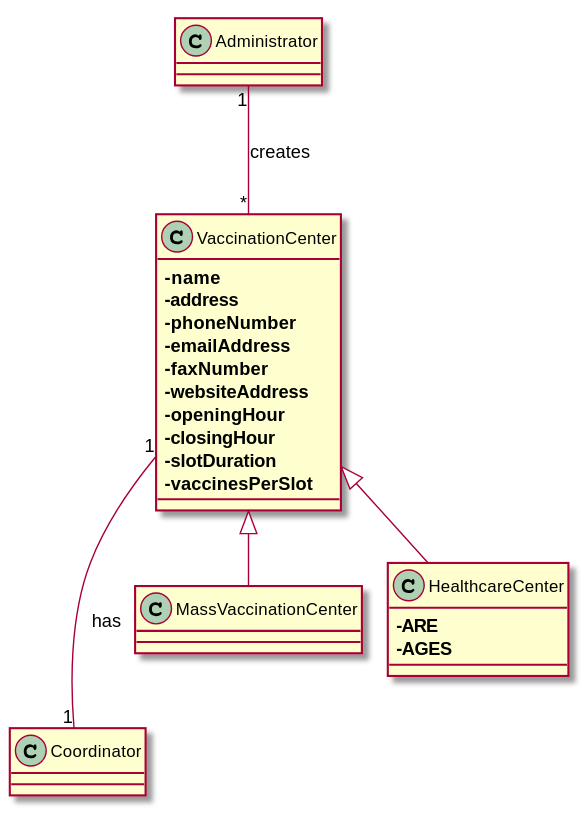
This is docs/SprintB/US009/US009_MD.svg from Pirussa/lei-22-s2-1da-g02, a PlantUML export, as it was before one commit. The source it was exported from:
```plantuml
@startuml
!pragma layout smetana

class Administrator

class VaccinationCenter{
==-name
==-address
==-phoneNumber
==-emailAddress
==-faxNumber
==-websiteAddress
==-openingHour
==-closingHour
==-slotDuration
==-vaccinesPerSlot
}

class Coordinator

class MassVaccinationCenter extends VaccinationCenter{

}

class HealthcareCenter extends VaccinationCenter{
==-ARE
==-AGES
}

VaccinationCenter "1" --- "1" Coordinator: has
Administrator "1" --- "*" VaccinationCenter: creates

@enduml
```
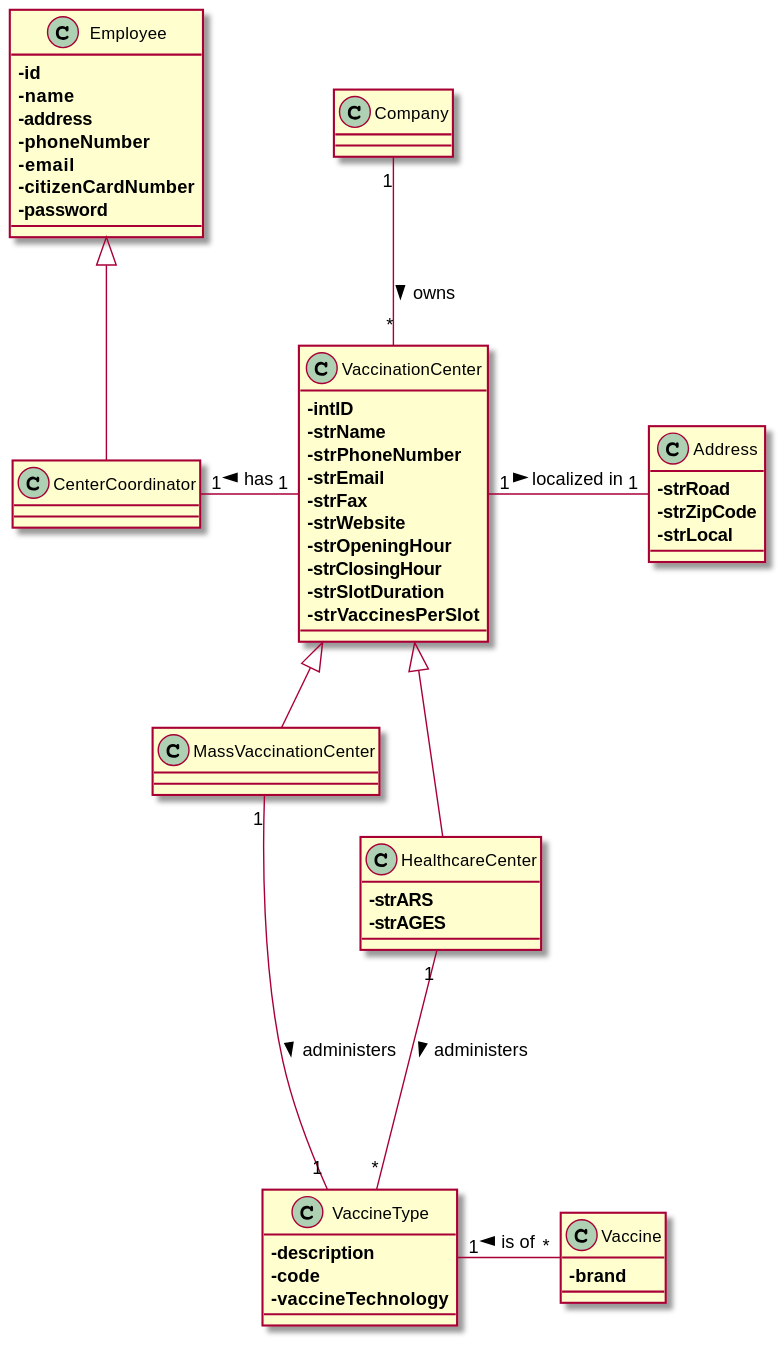
The same diagram one commit later.

What changed in the source:
```diff
@@ -1,33 +1,63 @@
 @startuml
-!pragma layout smetana
 
-class Administrator
+class Company
+
+class VaccineType{
+==-description
+==-code
+==-vaccineTechnology
+}
+
+class Vaccine{
+==-brand
+}
+
+class Address{
+==-strRoad
+==-strZipCode
+==-strLocal
+}
 
 class VaccinationCenter{
+==-intID
+==-strName
+==-strPhoneNumber
+==-strEmail
+==-strFax
+==-strWebsite
+==-strOpeningHour
+==-strClosingHour
+==-strSlotDuration
+==-strVaccinesPerSlot
+}
+
+class CenterCoordinator extends Employee{
+}
+
+class Employee{
+==-id
 ==-name
 ==-address
 ==-phoneNumber
-==-emailAddress
-==-faxNumber
-==-websiteAddress
-==-openingHour
-==-closingHour
-==-slotDuration
-==-vaccinesPerSlot
+==-email
+==-citizenCardNumber
+==-password
 }
-
-class Coordinator
 
 class MassVaccinationCenter extends VaccinationCenter{
 
 }
 
 class HealthcareCenter extends VaccinationCenter{
-==-ARE
-==-AGES
+==-strARS
+==-strAGES
 }
 
-VaccinationCenter "1" --- "1" Coordinator: has
-Administrator "1" --- "*" VaccinationCenter: creates
+Company "1" -down- "*" VaccinationCenter: owns >
+VaccinationCenter "1" -left- "1" CenterCoordinator: has >
+VaccinationCenter "1" -right- "1" Address: localized in >
+MassVaccinationCenter "1" --down-- "1" VaccineType: administers >
+HealthcareCenter "1" -down- "*" VaccineType: administers >
+Vaccine "*" --left-- "1" VaccineType: is of >
 
 @enduml
```
